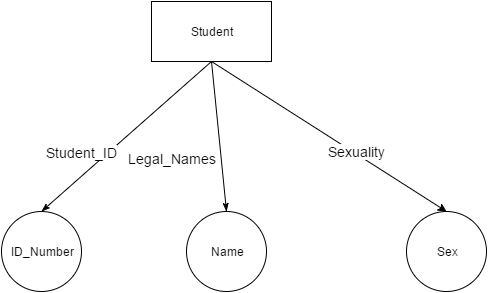
The draw.io diagram diagram/Delete_lower.png in jackey1510/TopicsInCS, before a commit. Source tidied: cells renumbered, new cells last; positions are measured from the earlier drawing's top-left corner, leaving out a move shared by most shapes.
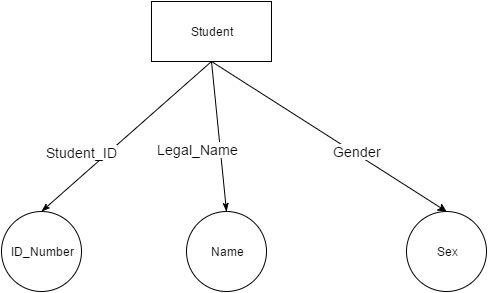
Later version of the same file.

Commit message:
changed sexuality to gender

The edit, as a diff of the source:
```diff
@@ -10,20 +10,20 @@
         <mxPoint x="-62" y="33" as="offset" />
       </mxGeometry>
     </mxCell>
+    <mxCell id="6" style="edgeStyle=none;rounded=0;html=1;entryX=0.5;entryY=1;endArrow=none;endFill=0;jettySize=auto;exitX=0.5;exitY=0;startArrow=classicThin;startFill=1;" parent="1" edge="1" source="8" target="4">
+      <mxGeometry x="545" y="620" as="geometry" />
+    </mxCell>
+    <mxCell id="12" value="&lt;font style=&quot;font-size: 14px&quot;&gt;Legal_Name&lt;/font&gt;" style="text;html=1;align=center;verticalAlign=middle;labelBackgroundColor=#ffffff;" parent="6" vertex="1">
+      <mxGeometry x="0.29" y="1" relative="1" as="geometry">
+        <mxPoint x="-18" y="34" as="offset" />
+      </mxGeometry>
+    </mxCell>
     <mxCell id="4" value="Student" style="whiteSpace=wrap;html=1;" parent="1" vertex="1">
       <mxGeometry x="150" width="120" height="60" as="geometry" />
     </mxCell>
     <mxCell id="5" value="ID_Number" style="ellipse;whiteSpace=wrap;html=1;strokeWidth=1;" parent="1" vertex="1">
       <mxGeometry y="210" width="80" height="80" as="geometry" />
     </mxCell>
-    <mxCell id="6" style="edgeStyle=none;rounded=0;html=1;exitX=0.5;exitY=0;endArrow=none;endFill=0;jettySize=auto;entryX=0.5;entryY=1;startArrow=classicThin;startFill=1;" parent="1" edge="1" source="8" target="4">
-      <mxGeometry relative="1" as="geometry" />
-    </mxCell>
-    <mxCell id="7" value="Legal_Names" style="text;html=1;align=center;verticalAlign=middle;labelBackgroundColor=#ffffff;fontSize=14;" parent="6" vertex="1">
-      <mxGeometry x="-0.23" y="11" relative="1" as="geometry">
-        <mxPoint x="-38" y="3" as="offset" />
-      </mxGeometry>
-    </mxCell>
     <mxCell id="8" value="Name" style="ellipse;whiteSpace=wrap;html=1;strokeWidth=1;" parent="1" vertex="1">
       <mxGeometry x="185" y="210" width="80" height="80" as="geometry" />
     </mxCell>
@@ -33,7 +33,7 @@
     <mxCell id="10" style="endArrow=classic;html=1;entryX=0.5;entryY=0;exitX=0.5;exitY=1;" parent="1" edge="1" source="4" target="9">
       <mxGeometry relative="1" as="geometry" />
     </mxCell>
-    <mxCell id="11" value="&lt;font style=&quot;font-size: 14px&quot;&gt;Sexuality&lt;/font&gt;" style="text;html=1;align=center;verticalAlign=middle;labelBackgroundColor=#ffffff;" parent="10" vertex="1">
+    <mxCell id="11" value="&lt;font style=&quot;font-size: 14px&quot;&gt;Gender&lt;/font&gt;" style="text;html=1;align=center;verticalAlign=middle;labelBackgroundColor=#ffffff;" parent="10" vertex="1">
       <mxGeometry x="0.2" y="-4" relative="1" as="geometry">
         <mxPoint x="6" y="-4" as="offset" />
       </mxGeometry>
```
